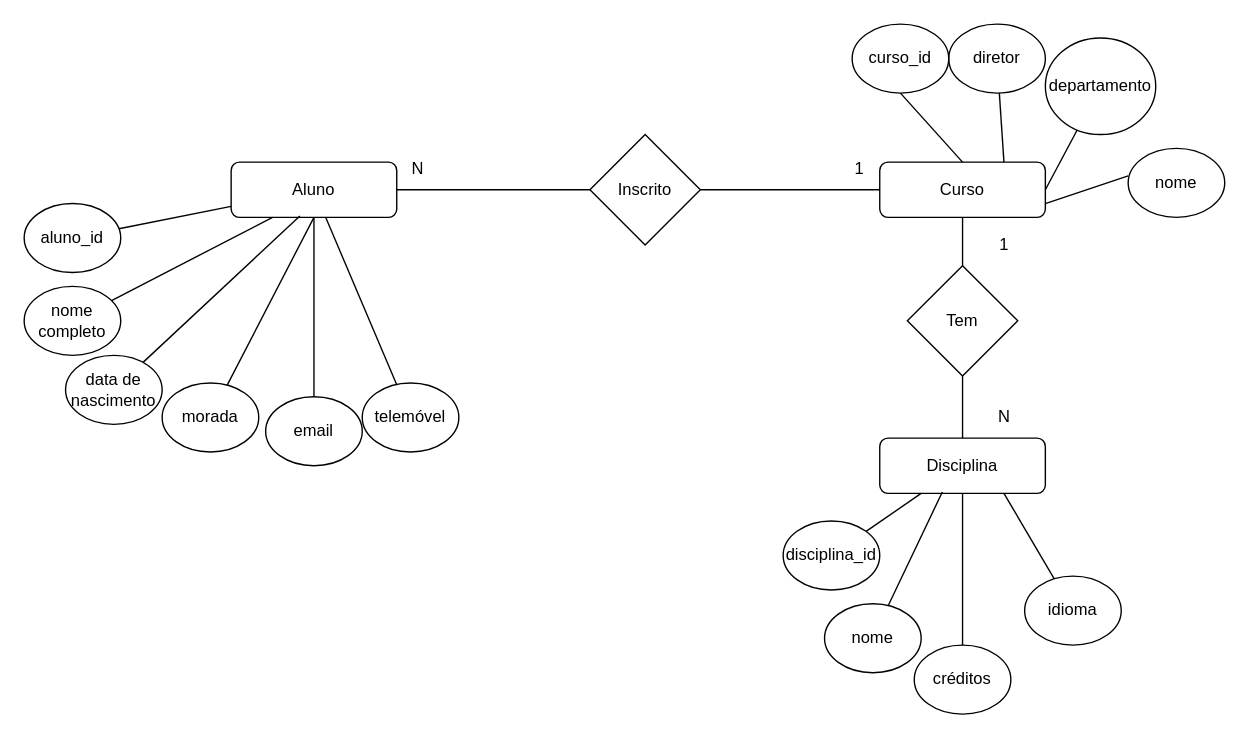
Above: page "1. Escola" (1 of 3) of Coletanea_Exercicios_EA.drawio in danielarraiol02/tpsi-sgbd-2065422-25 (draw.io), before the change. Source tidied: cells renumbered, new cells numbered last; positions are measured from the earlier drawing's top-left corner, leaving out a move shared by most shapes. Both pictures are drawn from the tidied source at 138%, with x=0, y=0 at pixel (23, 23).
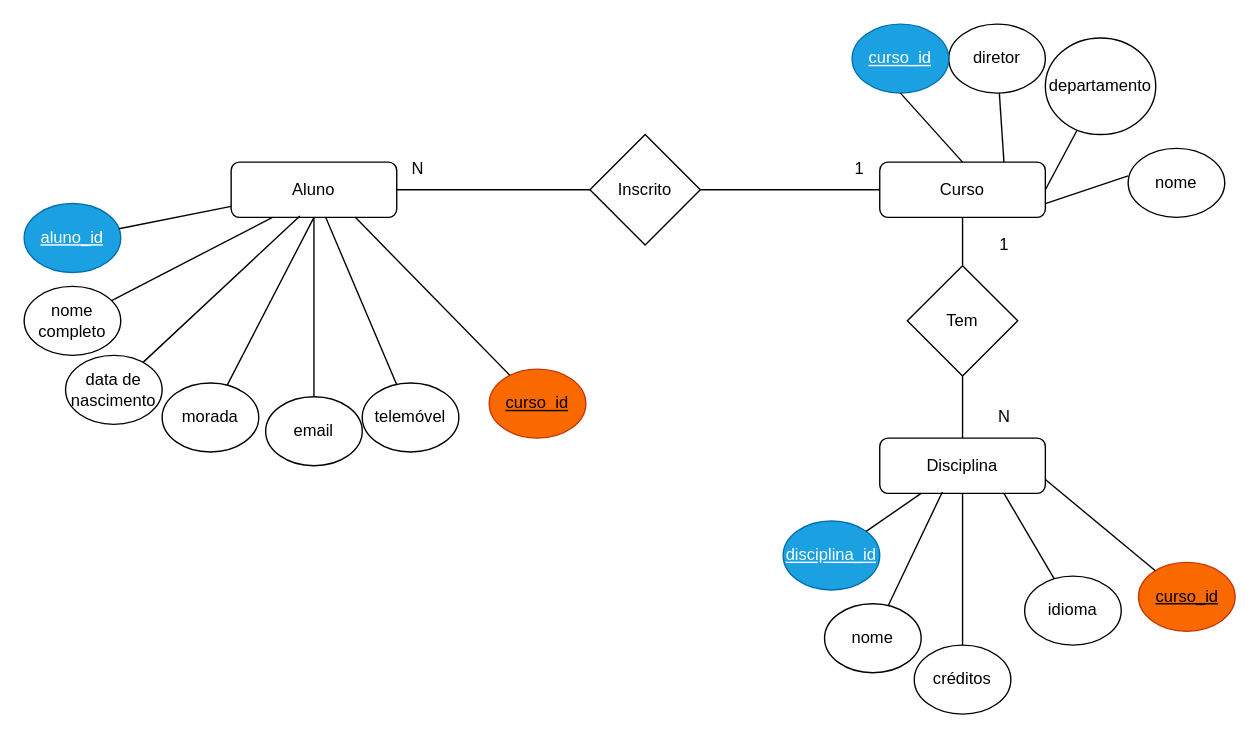
After the change.

The change refers to these unchanged cells:
```xml
<mxCell id="2" value="Aluno" style="rounded=1;whiteSpace=wrap;html=1;fontSize=12;glass=0;strokeWidth=1;shadow=0;" parent="1" vertex="1">
  <mxGeometry x="150" y="100" width="120" height="40" as="geometry" />
</mxCell>
<mxCell id="3" value="Disciplina" style="rounded=1;whiteSpace=wrap;html=1;fontSize=12;glass=0;strokeWidth=1;shadow=0;" parent="1" vertex="1">
  <mxGeometry x="620" y="300" width="120" height="40" as="geometry" />
</mxCell>
```

Change to the diagram source:
```diff
@@
-    <mxCell id="5" value="aluno_id" style="ellipse;whiteSpace=wrap;html=1;" parent="1" vertex="1">
+    <mxCell id="5" value="aluno_id" style="ellipse;whiteSpace=wrap;html=1;fillColor=#1ba1e2;fontColor=#ffffff;strokeColor=#006EAF;fontStyle=4;" parent="1" vertex="1">
       <mxGeometry y="130" width="70" height="50" as="geometry" />
     </mxCell>
@@
-    <mxCell id="32" value="curso_id" style="ellipse;whiteSpace=wrap;html=1;" parent="1" vertex="1">
+    <mxCell id="32" value="curso_id" style="ellipse;whiteSpace=wrap;html=1;fontStyle=4;fillColor=#1ba1e2;fontColor=#ffffff;strokeColor=#006EAF;" parent="1" vertex="1">
       <mxGeometry x="600" width="70" height="50" as="geometry" />
     </mxCell>
@@
-    <mxCell id="36" value="disciplina_id" style="ellipse;whiteSpace=wrap;html=1;" parent="1" vertex="1">
+    <mxCell id="36" value="disciplina_id" style="ellipse;whiteSpace=wrap;html=1;fontStyle=4;fillColor=#1ba1e2;fontColor=#ffffff;strokeColor=#006EAF;" parent="1" vertex="1">
       <mxGeometry x="550" y="360" width="70" height="50" as="geometry" />
     </mxCell>
@@
+    <mxCell id="44" value="curso_id" style="ellipse;whiteSpace=wrap;html=1;fontStyle=4;fillColor=#fa6800;fontColor=#000000;strokeColor=#C73500;" parent="1" vertex="1">
+      <mxGeometry x="337" y="250" width="70" height="50" as="geometry" />
+    </mxCell>
+    <mxCell id="45" style="endArrow=none;html=1;rounded=0;entryX=0.75;entryY=1;entryDx=0;entryDy=0;" parent="1" edge="1" source="44" target="2">
+      <mxGeometry relative="1" as="geometry" />
+    </mxCell>
+    <mxCell id="46" value="curso_id" style="ellipse;whiteSpace=wrap;html=1;fontStyle=4;fillColor=#fa6800;fontColor=#000000;strokeColor=#C73500;" parent="1" vertex="1">
+      <mxGeometry x="807.5" y="390" width="70" height="50" as="geometry" />
+    </mxCell>
+    <mxCell id="47" style="endArrow=none;html=1;rounded=0;entryX=1;entryY=0.75;entryDx=0;entryDy=0;" parent="1" edge="1" source="46" target="3">
+      <mxGeometry relative="1" as="geometry" />
+    </mxCell>
```
